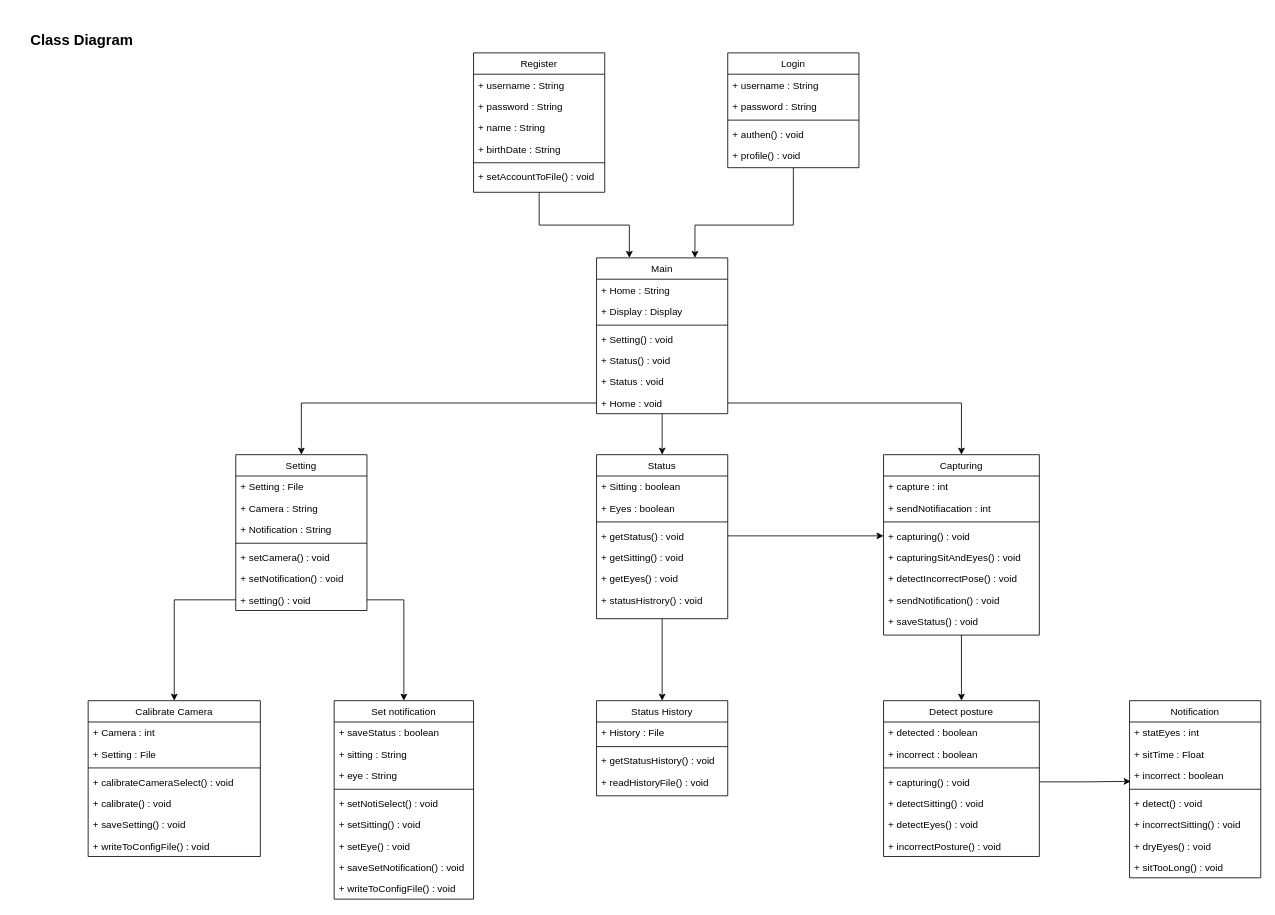
This is Design/Class_Diagram.drawio from astrrr/Right-posture, a draw.io file, before an edit. Source tidied: cells renumbered, new cells numbered last; positions are measured from the earlier drawing's top-left corner, leaving out a move shared by most shapes. Both pictures are drawn from the tidied source at 82%, with x=0, y=0 at pixel (14, 28).
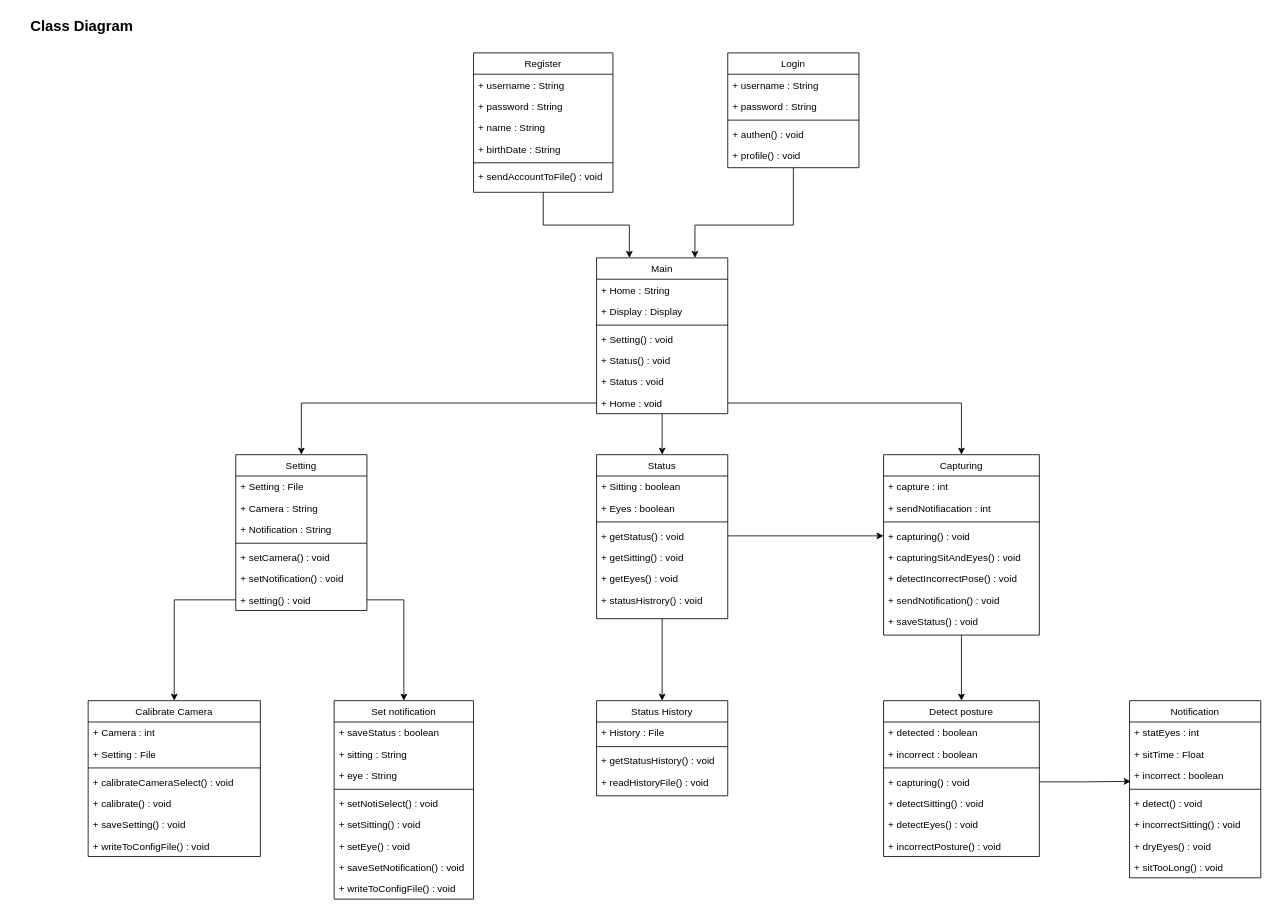
After the change.

What changed in the source:
```diff
@@
     <mxCell id="3" value="Register" style="swimlane;fontStyle=0;align=center;verticalAlign=top;horizontal=1;startSize=26;rounded=0;shadow=0;strokeWidth=1;" parent="1" vertex="1">
-      <mxGeometry x="560" y="30" width="160" height="170" as="geometry" />
+      <mxGeometry x="560" y="30" width="170" height="170" as="geometry" />
     </mxCell>
     <mxCell id="4" value="+ username : String" style="text;align=left;verticalAlign=top;spacingLeft=4;spacingRight=4;overflow=hidden;" parent="3" vertex="1">
-      <mxGeometry y="26" width="160" height="26" as="geometry" />
+      <mxGeometry y="26" width="170" height="26" as="geometry" />
     </mxCell>
     <mxCell id="5" value="+ password : String" style="text;align=left;verticalAlign=top;spacingLeft=4;spacingRight=4;overflow=hidden;rounded=0;shadow=0;html=0;" parent="3" vertex="1">
-      <mxGeometry y="52" width="160" height="26" as="geometry" />
+      <mxGeometry y="52" width="170" height="26" as="geometry" />
     </mxCell>
     <mxCell id="6" value="+ name : String" style="text;align=left;verticalAlign=top;spacingLeft=4;spacingRight=4;overflow=hidden;rounded=0;shadow=0;html=0;" parent="3" vertex="1">
-      <mxGeometry y="78" width="160" height="26" as="geometry" />
+      <mxGeometry y="78" width="170" height="26" as="geometry" />
     </mxCell>
     <mxCell id="7" value="+ birthDate : String" style="text;align=left;verticalAlign=top;spacingLeft=4;spacingRight=4;overflow=hidden;rounded=0;shadow=0;html=0;" parent="3" vertex="1">
-      <mxGeometry y="104" width="160" height="26" as="geometry" />
+      <mxGeometry y="104" width="170" height="26" as="geometry" />
     </mxCell>
     <mxCell id="8" style="line;html=1;strokeWidth=1;align=left;verticalAlign=middle;spacingTop=-1;spacingLeft=3;spacingRight=3;labelPosition=right;" parent="3" vertex="1">
-      <mxGeometry y="130" width="160" height="8" as="geometry" />
+      <mxGeometry y="130" width="170" height="8" as="geometry" />
     </mxCell>
-    <mxCell id="9" value="+ setAccountToFile() : void" style="text;align=left;verticalAlign=top;spacingLeft=4;spacingRight=4;overflow=hidden;" parent="3" vertex="1">
-      <mxGeometry y="138" width="160" height="26" as="geometry" />
+    <mxCell id="9" value="+ sendAccountToFile() : void" style="text;align=left;verticalAlign=top;spacingLeft=4;spacingRight=4;overflow=hidden;" parent="3" vertex="1">
+      <mxGeometry y="138" width="170" height="26" as="geometry" />
     </mxCell>
@@
     <mxCell id="99" value="Class Diagram&amp;nbsp;" style="text;html=1;strokeColor=none;fillColor=none;align=center;verticalAlign=middle;whiteSpace=wrap;rounded=0;fontSize=18;fontStyle=1;" parent="1" vertex="1">
-      <mxGeometry width="170" height="30" as="geometry" />
+      <mxGeometry y="-17" width="170" height="30" as="geometry" />
     </mxCell>
```
